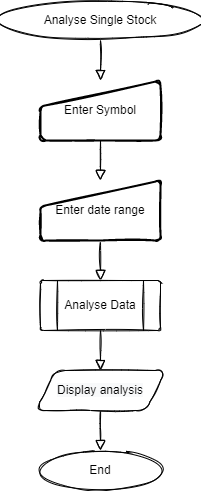
This is design/img/analastock-analyse-1-stock.drawio.png from ibuttimer/analastock, a draw.io export, as it was before one commit. Source tidied: cells renumbered, new cells last; positions are measured from the earlier drawing's top-left corner, leaving out a move shared by most shapes. Its diagram source:
```xml
<mxGraphModel>
  <root>
    <mxCell id="0" />
    <mxCell id="1" parent="0" />
    <mxCell id="2" style="edgeStyle=orthogonalEdgeStyle;rounded=1;sketch=1;jettySize=auto;html=1;endArrow=block;endFill=0;endSize=8;" parent="1" edge="1" source="3" target="8">
      <mxGeometry relative="1" as="geometry" />
    </mxCell>
    <mxCell id="3" value="Analyse Single Stock" style="ellipse;whiteSpace=wrap;html=1;rounded=1;sketch=1;" parent="1" vertex="1">
      <mxGeometry width="200" height="40" as="geometry" />
    </mxCell>
    <mxCell id="4" style="edgeStyle=orthogonalEdgeStyle;rounded=1;sketch=1;jettySize=auto;html=1;endArrow=block;endFill=0;endSize=8;" parent="1" edge="1" source="5" target="6">
      <mxGeometry relative="1" as="geometry" />
    </mxCell>
    <mxCell id="5" value="&lt;span style=&quot;color: rgb(0, 0, 0); font-family: Helvetica; font-size: 12px; font-style: normal; font-variant-ligatures: normal; font-variant-caps: normal; font-weight: 400; letter-spacing: normal; orphans: 2; text-align: center; text-indent: 0px; text-transform: none; widows: 2; word-spacing: 0px; -webkit-text-stroke-width: 0px; background-color: rgb(248, 249, 250); text-decoration-thickness: initial; text-decoration-style: initial; text-decoration-color: initial; float: none; display: inline !important;&quot;&gt;Display analysis&lt;/span&gt;" style="shape=parallelogram;perimeter=parallelogramPerimeter;whiteSpace=wrap;html=1;fixedSize=1;rounded=1;sketch=1;" parent="1" vertex="1">
      <mxGeometry x="35" y="370" width="130" height="40" as="geometry" />
    </mxCell>
    <mxCell id="6" value="End" style="ellipse;whiteSpace=wrap;html=1;rounded=1;sketch=1;" parent="1" vertex="1">
      <mxGeometry x="40" y="450" width="120" height="40" as="geometry" />
    </mxCell>
    <mxCell id="7" style="edgeStyle=orthogonalEdgeStyle;rounded=1;sketch=1;jettySize=auto;html=1;endArrow=block;endFill=0;endSize=8;" parent="1" edge="1" source="8" target="12">
      <mxGeometry relative="1" as="geometry" />
    </mxCell>
    <mxCell id="8" value="Enter Symbol" style="html=1;strokeWidth=2;shape=manualInput;whiteSpace=wrap;rounded=1;size=26;arcSize=11;sketch=1;" parent="1" vertex="1">
      <mxGeometry x="40" y="80" width="120" height="60" as="geometry" />
    </mxCell>
    <mxCell id="9" style="edgeStyle=orthogonalEdgeStyle;rounded=1;sketch=1;jettySize=auto;html=1;endArrow=block;endFill=0;endSize=8;" parent="1" edge="1" source="10" target="5">
      <mxGeometry relative="1" as="geometry" />
    </mxCell>
    <mxCell id="10" value="Analyse Data" style="verticalLabelPosition=middle;verticalAlign=middle;html=1;shape=process;whiteSpace=wrap;rounded=1;size=0.14;arcSize=6;sketch=1;labelPosition=center;align=center;" parent="1" vertex="1">
      <mxGeometry x="40" y="280" width="120" height="50" as="geometry" />
    </mxCell>
    <mxCell id="11" style="edgeStyle=orthogonalEdgeStyle;rounded=1;sketch=1;jettySize=auto;html=1;endArrow=block;endFill=0;endSize=8;" parent="1" edge="1" source="12" target="10">
      <mxGeometry relative="1" as="geometry" />
    </mxCell>
    <mxCell id="12" value="Enter date range" style="html=1;strokeWidth=2;shape=manualInput;whiteSpace=wrap;rounded=1;size=26;arcSize=11;sketch=1;" parent="1" vertex="1">
      <mxGeometry x="40" y="180" width="120" height="60" as="geometry" />
    </mxCell>
  </root>
</mxGraphModel>
```
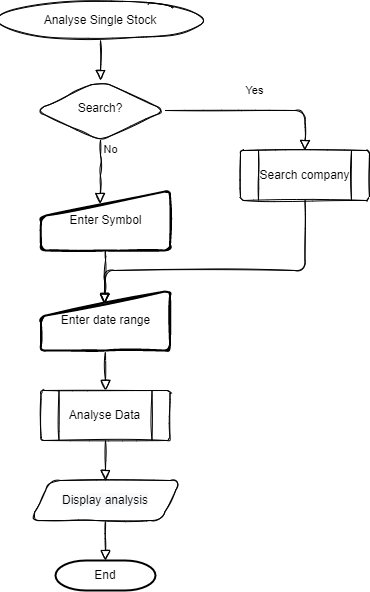
After the commit.

Commit message:
doc: Add multi-stock and company search design

What changed in the source:
```diff
@@ -2,38 +2,63 @@
   <root>
     <mxCell id="0" />
     <mxCell id="1" parent="0" />
-    <mxCell id="2" style="edgeStyle=orthogonalEdgeStyle;rounded=1;sketch=1;jettySize=auto;html=1;endArrow=block;endFill=0;endSize=8;" parent="1" edge="1" source="3" target="8">
+    <mxCell id="2" style="edgeStyle=orthogonalEdgeStyle;rounded=1;sketch=1;jettySize=auto;html=1;endArrow=block;endFill=0;endSize=8;entryX=0.5;entryY=0;entryDx=0;entryDy=0;" parent="1" edge="1" source="3" target="13">
       <mxGeometry relative="1" as="geometry" />
     </mxCell>
     <mxCell id="3" value="Analyse Single Stock" style="ellipse;whiteSpace=wrap;html=1;rounded=1;sketch=1;" parent="1" vertex="1">
       <mxGeometry width="200" height="40" as="geometry" />
     </mxCell>
-    <mxCell id="4" style="edgeStyle=orthogonalEdgeStyle;rounded=1;sketch=1;jettySize=auto;html=1;endArrow=block;endFill=0;endSize=8;" parent="1" edge="1" source="5" target="6">
+    <mxCell id="4" style="edgeStyle=orthogonalEdgeStyle;rounded=1;sketch=1;jettySize=auto;html=1;endArrow=block;endFill=0;endSize=8;entryX=0.5;entryY=0;entryDx=0;entryDy=0;entryPerimeter=0;" parent="1" edge="1" source="5" target="6">
       <mxGeometry relative="1" as="geometry" />
     </mxCell>
     <mxCell id="5" value="&lt;span style=&quot;color: rgb(0, 0, 0); font-family: Helvetica; font-size: 12px; font-style: normal; font-variant-ligatures: normal; font-variant-caps: normal; font-weight: 400; letter-spacing: normal; orphans: 2; text-align: center; text-indent: 0px; text-transform: none; widows: 2; word-spacing: 0px; -webkit-text-stroke-width: 0px; background-color: rgb(248, 249, 250); text-decoration-thickness: initial; text-decoration-style: initial; text-decoration-color: initial; float: none; display: inline !important;&quot;&gt;Display analysis&lt;/span&gt;" style="shape=parallelogram;perimeter=parallelogramPerimeter;whiteSpace=wrap;html=1;fixedSize=1;rounded=1;sketch=1;" parent="1" vertex="1">
-      <mxGeometry x="35" y="370" width="130" height="40" as="geometry" />
+      <mxGeometry x="30" y="480" width="150" height="40" as="geometry" />
     </mxCell>
-    <mxCell id="6" value="End" style="ellipse;whiteSpace=wrap;html=1;rounded=1;sketch=1;" parent="1" vertex="1">
-      <mxGeometry x="40" y="450" width="120" height="40" as="geometry" />
-    </mxCell>
-    <mxCell id="7" style="edgeStyle=orthogonalEdgeStyle;rounded=1;sketch=1;jettySize=auto;html=1;endArrow=block;endFill=0;endSize=8;" parent="1" edge="1" source="8" target="12">
-      <mxGeometry relative="1" as="geometry" />
-    </mxCell>
     <mxCell id="8" value="Enter Symbol" style="html=1;strokeWidth=2;shape=manualInput;whiteSpace=wrap;rounded=1;size=26;arcSize=11;sketch=1;" parent="1" vertex="1">
-      <mxGeometry x="40" y="80" width="120" height="60" as="geometry" />
+      <mxGeometry x="40.5" y="190" width="129" height="60" as="geometry" />
     </mxCell>
     <mxCell id="9" style="edgeStyle=orthogonalEdgeStyle;rounded=1;sketch=1;jettySize=auto;html=1;endArrow=block;endFill=0;endSize=8;" parent="1" edge="1" source="10" target="5">
       <mxGeometry relative="1" as="geometry" />
     </mxCell>
     <mxCell id="10" value="Analyse Data" style="verticalLabelPosition=middle;verticalAlign=middle;html=1;shape=process;whiteSpace=wrap;rounded=1;size=0.14;arcSize=6;sketch=1;labelPosition=center;align=center;" parent="1" vertex="1">
-      <mxGeometry x="40" y="280" width="120" height="50" as="geometry" />
+      <mxGeometry x="40.5" y="390" width="129" height="50" as="geometry" />
     </mxCell>
     <mxCell id="11" style="edgeStyle=orthogonalEdgeStyle;rounded=1;sketch=1;jettySize=auto;html=1;endArrow=block;endFill=0;endSize=8;" parent="1" edge="1" source="12" target="10">
       <mxGeometry relative="1" as="geometry" />
     </mxCell>
     <mxCell id="12" value="Enter date range" style="html=1;strokeWidth=2;shape=manualInput;whiteSpace=wrap;rounded=1;size=26;arcSize=11;sketch=1;" parent="1" vertex="1">
-      <mxGeometry x="40" y="180" width="120" height="60" as="geometry" />
+      <mxGeometry x="40.5" y="290" width="129" height="60" as="geometry" />
     </mxCell>
+    <mxCell id="13" value="Search?" style="rhombus;whiteSpace=wrap;html=1;shadow=0;fontFamily=Helvetica;fontSize=12;align=center;strokeWidth=1;spacing=6;spacingTop=-4;rounded=1;sketch=1;" parent="1" vertex="1">
+      <mxGeometry x="35" y="80" width="130" height="60" as="geometry" />
+    </mxCell>
+    <mxCell id="14" value="No" style="edgeStyle=orthogonalEdgeStyle;jettySize=auto;fontSize=11;endArrow=block;endFill=0;endSize=8;strokeWidth=1;shadow=0;labelBackgroundColor=none;rounded=1;sketch=1;html=1;exitX=0.5;exitY=1;exitDx=0;exitDy=0;entryX=0.458;entryY=0.217;entryDx=0;entryDy=0;entryPerimeter=0;" parent="1" edge="1" source="13" target="8">
+      <mxGeometry x="-0.71" y="10" relative="1" as="geometry" />
+    </mxCell>
+    <mxCell id="15" value="Yes" style="html=1;jettySize=auto;fontSize=11;endArrow=block;endFill=0;endSize=8;strokeWidth=1;shadow=0;labelBackgroundColor=none;edgeStyle=orthogonalEdgeStyle;rounded=1;sketch=1;exitX=1;exitY=0.5;exitDx=0;exitDy=0;entryX=0.5;entryY=0;entryDx=0;entryDy=0;" parent="1" edge="1" source="13" target="16">
+      <mxGeometry y="20" relative="1" as="geometry">
+        <Array as="points">
+          <mxPoint x="305" y="110" />
+        </Array>
+      </mxGeometry>
+    </mxCell>
+    <mxCell id="16" value="Search company" style="verticalLabelPosition=middle;verticalAlign=middle;html=1;shape=process;whiteSpace=wrap;rounded=1;size=0.14;arcSize=6;sketch=1;labelPosition=center;align=center;" parent="1" vertex="1">
+      <mxGeometry x="240" y="150" width="129" height="50" as="geometry" />
+    </mxCell>
+    <mxCell id="17" style="edgeStyle=orthogonalEdgeStyle;rounded=1;sketch=1;jettySize=auto;html=1;endArrow=block;endFill=0;endSize=8;exitX=0.5;exitY=1;exitDx=0;exitDy=0;" parent="1" edge="1" source="16">
+      <mxGeometry relative="1" as="geometry">
+        <mxPoint x="104" y="303" as="targetPoint" />
+        <Array as="points">
+          <mxPoint x="305" y="270" />
+          <mxPoint x="104" y="270" />
+        </Array>
+      </mxGeometry>
+    </mxCell>
+    <mxCell id="7" style="edgeStyle=orthogonalEdgeStyle;rounded=1;sketch=1;jettySize=auto;html=1;endArrow=block;endFill=0;endSize=8;exitX=0.5;exitY=1;exitDx=0;exitDy=0;entryX=0.493;entryY=0.224;entryDx=0;entryDy=0;entryPerimeter=0;" parent="1" edge="1" source="8" target="12">
+      <mxGeometry relative="1" as="geometry" />
+    </mxCell>
+    <mxCell id="6" value="End" style="strokeWidth=2;html=1;shape=mxgraph.flowchart.terminator;whiteSpace=wrap;" parent="1" vertex="1">
+      <mxGeometry x="55" y="560" width="100" height="30" as="geometry" />
+    </mxCell>
   </root>
 </mxGraphModel>
```
